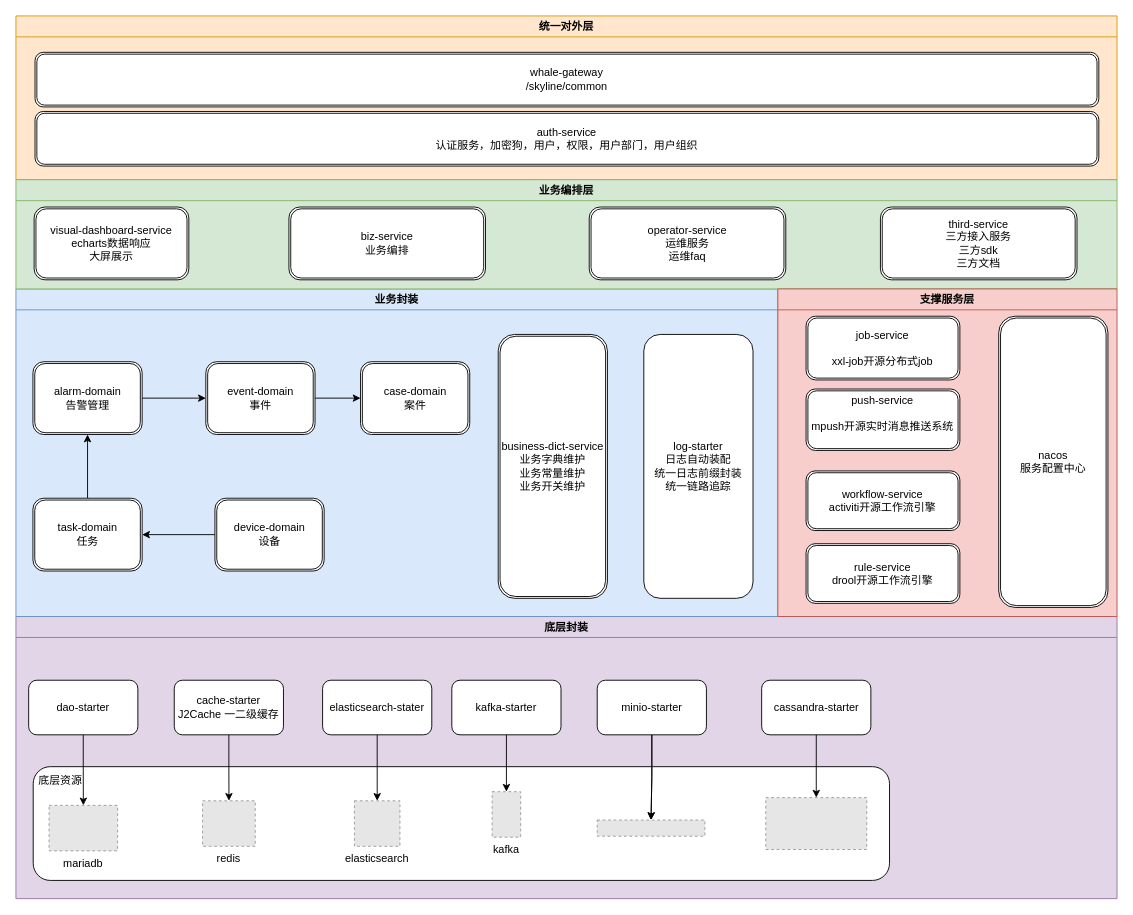
Before: sensetime/系统架构图.drawio in welloncn/drawio, a draw.io diagram. Source tidied: cells renumbered, new cells numbered last; positions are measured from the earlier drawing's top-left corner, leaving out a move shared by most shapes. Both pictures are drawn from the tidied source at 91%, with x=0, y=0 at pixel (15, 15). Pictures stored in the file or linked from it are replaced by grey dashed boxes.
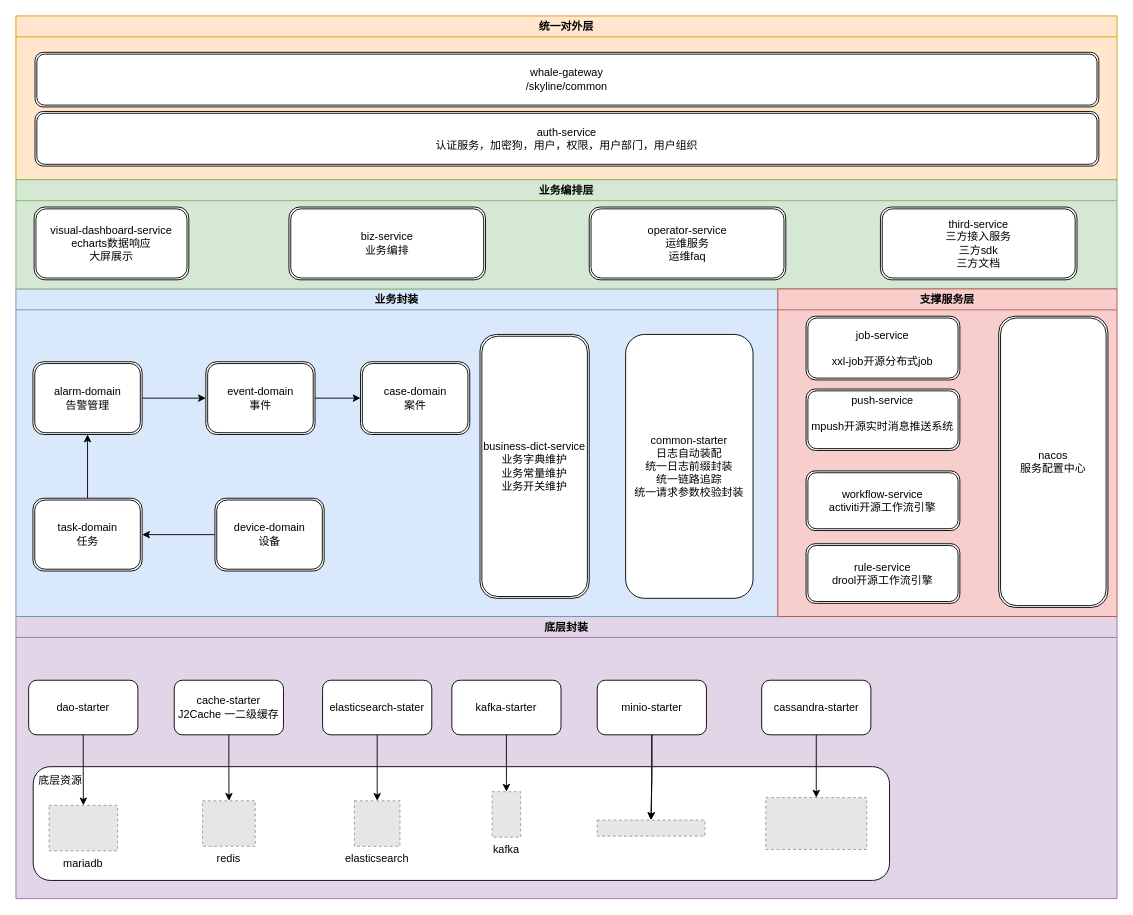
Above is the later version.

Commit message:
更新系统架构图.drawio

Unchanged cells that the change refers to:
```xml
<mxCell id="24" value="业务封装" style="swimlane;startSize=23;swimlaneFillColor=#DAE8FC;fillColor=#dae8fc;strokeColor=#6c8ebf;" parent="1" vertex="1">
  <mxGeometry y="300" width="837.3" height="360" as="geometry" />
</mxCell>
```

What changed in the source:
```diff
@@
     <mxCell id="34" value="business-dict-service&lt;br&gt;业务字典维护&lt;br&gt;业务常量维护&lt;br&gt;业务开关维护" style="shape=ext;double=1;rounded=1;whiteSpace=wrap;html=1;" parent="24" vertex="1">
-      <mxGeometry x="530" y="50" width="120" height="290" as="geometry" />
+      <mxGeometry x="510" y="50" width="120" height="290" as="geometry" />
     </mxCell>
-    <mxCell id="35" value="log-starter&lt;br&gt;日志自动装配&lt;br&gt;统一日志前缀封装&lt;br&gt;统一链路追踪" style="rounded=1;whiteSpace=wrap;html=1;" parent="24" vertex="1">
-      <mxGeometry x="690" y="50" width="120" height="290" as="geometry" />
-    </mxCell>
+    <mxCell id="50" value="common-starter&lt;br&gt;日志自动装配&lt;br&gt;统一日志前缀封装&lt;br&gt;统一链路追踪&lt;br&gt;统一请求参数校验封装" style="rounded=1;whiteSpace=wrap;html=1;" parent="24" vertex="1">
+      <mxGeometry x="670" y="50" width="140" height="290" as="geometry" />
+    </mxCell>
```
